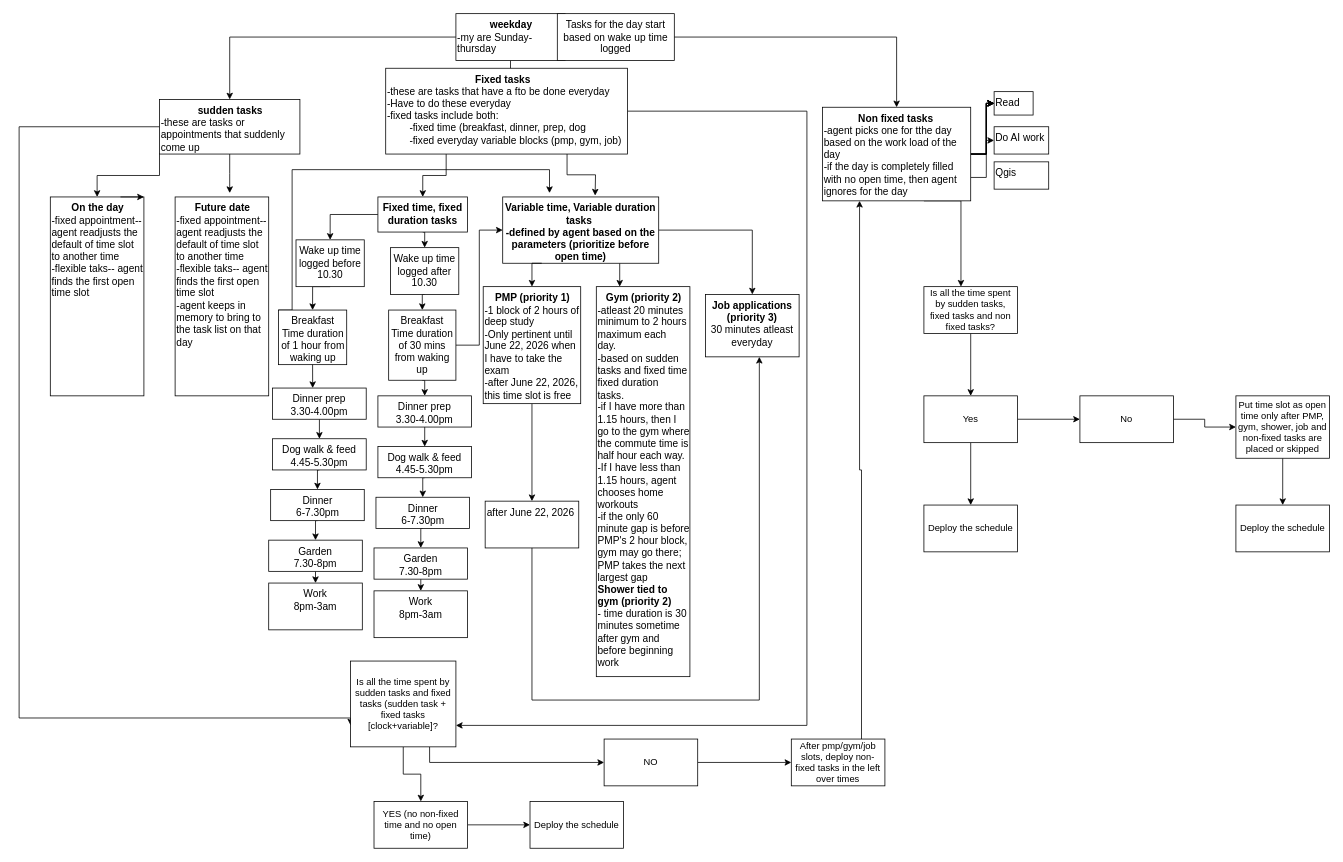
Above: Lifecommand flowchart.drawio in madusarkar-tech/life_command_center (draw.io), before the change. Source tidied: cells renumbered, new cells numbered last; positions are measured from the earlier drawing's top-left corner, leaving out a move shared by most shapes. Both pictures are drawn from the tidied source at 78%, with x=0, y=0 at pixel (19, 13).
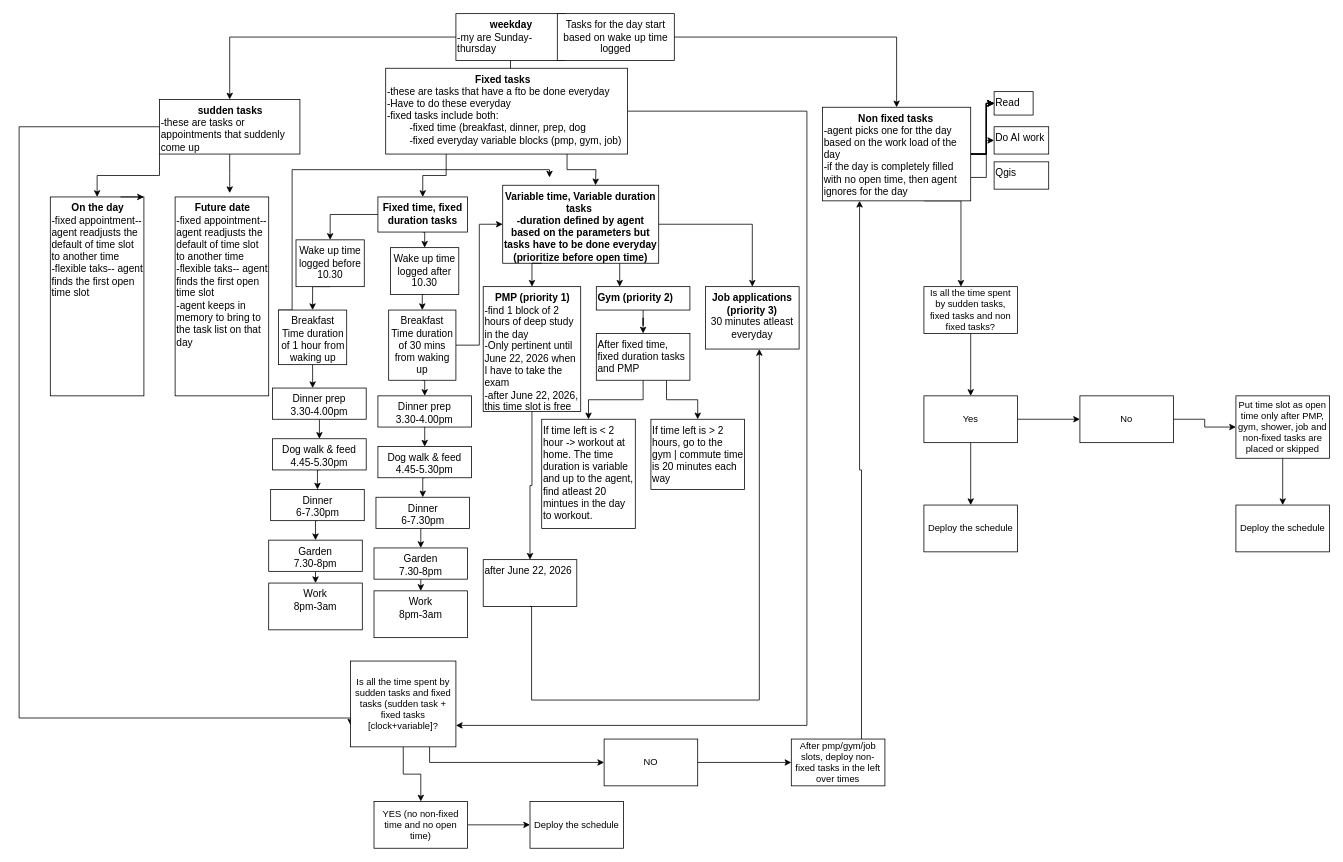
The same page after the edit.

Commit message (it also covers changes not shown here):
docs: update scheduling flowcharts

Weekend Plan, workday open flow, and main Life Command flowchart.
Separate from baseline-2026-06-04 (app + sync contract only).

The change refers to these unchanged cells:
```xml
<mxCell id="12" value="&lt;div style=&quot;text-align: center;&quot;&gt;&lt;span style=&quot;background-color: transparent; color: light-dark(rgb(0, 0, 0), rgb(255, 255, 255));&quot;&gt;&lt;b&gt;Fixed tasks&amp;nbsp;&lt;/b&gt;&lt;/span&gt;&lt;/div&gt;&lt;div&gt;-these are tasks that have a fto be done everyday&lt;/div&gt;&lt;div&gt;-Have to do these everyday&lt;/div&gt;&lt;div&gt;-fixed tasks include both:&amp;nbsp;&lt;/div&gt;&lt;div&gt;&lt;span style=&quot;white-space: pre;&quot;&gt;&#9;&lt;/span&gt;-fixed time (breakfast, dinner, prep, dog&lt;br&gt;&lt;/div&gt;&lt;div&gt;&lt;span style=&quot;white-space: pre;&quot;&gt;&#9;&lt;/span&gt;-fixed everyday variable blocks (pmp, gym, job)&lt;br&gt;&lt;/div&gt;" style="rounded=0;whiteSpace=wrap;html=1;fontSize=13;align=left;verticalAlign=top;" parent="1" vertex="1">
  <mxGeometry x="470" y="70" width="310" height="110" as="geometry" />
</mxCell>
<mxCell id="78" value="Breakfast&lt;div&gt;Time duration of 1 hour from waking up&lt;/div&gt;" style="whiteSpace=wrap;html=1;fontSize=13;verticalAlign=top;rounded=0;" parent="1" vertex="1">
  <mxGeometry x="332.5" y="380" width="87.5" height="70" as="geometry" />
</mxCell>
```

Change to the diagram source:
```diff
@@
-    <mxCell id="27" style="edgeStyle=orthogonalEdgeStyle;rounded=0;jettySize=auto;html=1;exitX=0.75;exitY=1;exitDx=0;exitDy=0;entryX=0.571;entryY=-0.016;entryDx=0;entryDy=0;entryPerimeter=0;fontSize=13;verticalAlign=top;" parent="1" edge="1" source="12">
+    <mxCell id="27" style="edgeStyle=orthogonalEdgeStyle;rounded=0;jettySize=auto;html=1;exitX=0.75;exitY=1;exitDx=0;exitDy=0;fontSize=13;verticalAlign=top;" parent="1" edge="1" source="12">
       <mxGeometry relative="1" as="geometry">
-        <mxPoint x="738.5" y="233.2" as="targetPoint" />
+        <mxPoint x="739" y="220" as="targetPoint" />
       </mxGeometry>
     </mxCell>
@@
-    <mxCell id="31" value="&lt;b&gt;Variable time, Variable duration tasks&amp;nbsp;&lt;/b&gt;&lt;div&gt;&lt;b&gt;-defined by agent based on the parameters (prioritize before open time)&lt;/b&gt;&lt;div&gt;&lt;div style=&quot;text-align: left;&quot;&gt;&lt;br&gt;&lt;/div&gt;&lt;/div&gt;&lt;/div&gt;" style="whiteSpace=wrap;html=1;rounded=0;fontSize=13;verticalAlign=top;" parent="1" vertex="1">
-      <mxGeometry x="620" y="235" width="200" height="85" as="geometry" />
+    <mxCell id="31" value="&lt;b&gt;Variable time, Variable duration tasks&amp;nbsp;&lt;/b&gt;&lt;div&gt;&lt;b&gt;-duration defined by agent based on the parameters but tasks have to be done everyday (prioritize before open time)&lt;/b&gt;&lt;div&gt;&lt;div style=&quot;text-align: left;&quot;&gt;&lt;br&gt;&lt;/div&gt;&lt;/div&gt;&lt;/div&gt;" style="whiteSpace=wrap;html=1;rounded=0;fontSize=13;verticalAlign=top;" parent="1" vertex="1">
+      <mxGeometry x="620" y="220" width="200" height="100" as="geometry" />
     </mxCell>
@@
+    <mxCell id="92" style="edgeStyle=orthogonalEdgeStyle;rounded=0;jettySize=auto;html=1;" parent="1" edge="1" source="41" target="95">
+      <mxGeometry relative="1" as="geometry" />
+    </mxCell>
-    <mxCell id="41" value="&lt;div style=&quot;text-align: center;&quot;&gt;&lt;span style=&quot;background-color: transparent; color: light-dark(rgb(0, 0, 0), rgb(255, 255, 255));&quot;&gt;&lt;b&gt;Gym (priority 2)&lt;/b&gt;&lt;/span&gt;&lt;/div&gt;&lt;div&gt;-atleast 20 minutes minimum to 2 hours maximum each day.&amp;nbsp;&lt;/div&gt;&lt;div&gt;-based on sudden tasks and fixed time fixed duration tasks.&amp;nbsp;&lt;/div&gt;&lt;div&gt;-if I have more than 1.15 hours, then I go to the gym where the commute time is half hour each way.&amp;nbsp;&lt;/div&gt;&lt;div&gt;-If I have less than 1.15 hours, agent chooses home workouts&lt;/div&gt;&lt;div&gt;-if the only 60 minute gap is before PMP's 2 hour block, gym may go there; PMP takes the next largest gap&lt;/div&gt;&lt;div&gt;&lt;b style=&quot;background-color: transparent; color: light-dark(rgb(0, 0, 0), rgb(255, 255, 255)); text-align: center;&quot;&gt;Shower tied to gym (priority 2)&lt;/b&gt;&lt;/div&gt;&lt;div&gt;&lt;div&gt;- time duration is 30 minutes sometime after gym and before beginning work&lt;/div&gt;&lt;/div&gt;" style="whiteSpace=wrap;html=1;rounded=0;fontSize=13;align=left;verticalAlign=top;" parent="1" vertex="1">
-      <mxGeometry x="740" y="350" width="120" height="500" as="geometry" />
+    <mxCell id="41" value="&lt;div style=&quot;text-align: center;&quot;&gt;&lt;span style=&quot;background-color: transparent; color: light-dark(rgb(0, 0, 0), rgb(255, 255, 255));&quot;&gt;&lt;b&gt;Gym (priority 2)&lt;/b&gt;&lt;/span&gt;&lt;/div&gt;&lt;div&gt;&lt;br&gt;&lt;/div&gt;" style="whiteSpace=wrap;html=1;rounded=0;fontSize=13;align=left;verticalAlign=top;" parent="1" vertex="1">
+      <mxGeometry x="740" y="350" width="120" height="30" as="geometry" />
     </mxCell>
     <mxCell id="42" value="&lt;b&gt;Job applications (priority 3)&lt;/b&gt;&lt;div&gt;30 minutes atleast everyday&lt;/div&gt;" style="whiteSpace=wrap;html=1;fontSize=13;verticalAlign=top;rounded=0;" parent="1" vertex="1">
-      <mxGeometry x="880" y="360" width="120" height="80" as="geometry" />
+      <mxGeometry x="880" y="350" width="120" height="80" as="geometry" />
     </mxCell>
@@
-    <mxCell id="48" value="&lt;div style=&quot;text-align: center;&quot;&gt;&lt;span style=&quot;background-color: transparent; color: light-dark(rgb(0, 0, 0), rgb(255, 255, 255));&quot;&gt;&lt;b&gt;PMP (priority 1)&lt;/b&gt;&lt;/span&gt;&lt;/div&gt;&lt;div&gt;-1 block of 2 hours of deep study&lt;/div&gt;&lt;div&gt;-Only pertinent until June 22, 2026 when I have to take the exam&lt;/div&gt;&lt;div&gt;-after June 22, 2026, this time slot is free&lt;/div&gt;" style="whiteSpace=wrap;html=1;rounded=0;fontSize=13;align=left;verticalAlign=top;" parent="1" vertex="1">
-      <mxGeometry x="595" y="350" width="125" height="150" as="geometry" />
+    <mxCell id="48" value="&lt;div style=&quot;text-align: center;&quot;&gt;&lt;span style=&quot;background-color: transparent; color: light-dark(rgb(0, 0, 0), rgb(255, 255, 255));&quot;&gt;&lt;b&gt;PMP (priority 1)&lt;/b&gt;&lt;/span&gt;&lt;/div&gt;&lt;div&gt;-find 1 block of 2 hours of deep study in the day&lt;/div&gt;&lt;div&gt;-Only pertinent until June 22, 2026 when I have to take the exam&lt;/div&gt;&lt;div&gt;-after June 22, 2026, this time slot is free&lt;/div&gt;" style="whiteSpace=wrap;html=1;rounded=0;fontSize=13;align=left;verticalAlign=top;" parent="1" vertex="1">
+      <mxGeometry x="595" y="350" width="125" height="160" as="geometry" />
     </mxCell>
@@
     <mxCell id="71" value="after June 22, 2026" style="whiteSpace=wrap;html=1;fontSize=13;align=left;verticalAlign=top;rounded=0;" parent="1" vertex="1">
-      <mxGeometry x="597.5" y="625" width="120" height="60" as="geometry" />
+      <mxGeometry x="595" y="700" width="120" height="60" as="geometry" />
     </mxCell>
@@
     <mxCell id="77" style="edgeStyle=orthogonalEdgeStyle;rounded=0;jettySize=auto;html=1;exitX=0;exitY=0;exitDx=0;exitDy=0;" parent="1" edge="1" source="78">
       <mxGeometry relative="1" as="geometry">
-        <mxPoint x="680" y="230" as="targetPoint" />
+        <mxPoint x="680" y="210" as="targetPoint" />
         <Array as="points">
           <mxPoint x="350" y="380" />
           <mxPoint x="350" y="200" />
           <mxPoint x="680" y="200" />
         </Array>
       </mxGeometry>
     </mxCell>
@@
+    <mxCell id="93" style="edgeStyle=orthogonalEdgeStyle;rounded=0;jettySize=auto;html=1;" parent="1" edge="1" source="95" target="96">
+      <mxGeometry relative="1" as="geometry" />
+    </mxCell>
+    <mxCell id="94" style="edgeStyle=orthogonalEdgeStyle;rounded=0;jettySize=auto;html=1;exitX=0.75;exitY=1;exitDx=0;exitDy=0;entryX=0.5;entryY=0;entryDx=0;entryDy=0;" parent="1" edge="1" source="95" target="97">
+      <mxGeometry relative="1" as="geometry" />
+    </mxCell>
+    <mxCell id="95" value="After fixed time, fixed duration tasks and PMP" style="whiteSpace=wrap;html=1;fontSize=13;align=left;verticalAlign=top;rounded=0;" parent="1" vertex="1">
+      <mxGeometry x="740" y="410" width="120" height="60" as="geometry" />
+    </mxCell>
+    <mxCell id="96" value="If time left is &amp;lt; 2 hour -&amp;gt; workout at home. The time duration is variable and up to the agent, find atleast 20 mintues in the day to workout.&amp;nbsp;" style="whiteSpace=wrap;html=1;fontSize=13;align=left;verticalAlign=top;rounded=0;" parent="1" vertex="1">
+      <mxGeometry x="670" y="520" width="120" height="140" as="geometry" />
+    </mxCell>
+    <mxCell id="97" value="If time left is &amp;gt; 2 hours, go to the gym | commute time is 20 minutes each way" style="whiteSpace=wrap;html=1;fontSize=13;align=left;verticalAlign=top;rounded=0;" parent="1" vertex="1">
+      <mxGeometry x="810" y="520" width="120" height="90" as="geometry" />
+    </mxCell>
```
